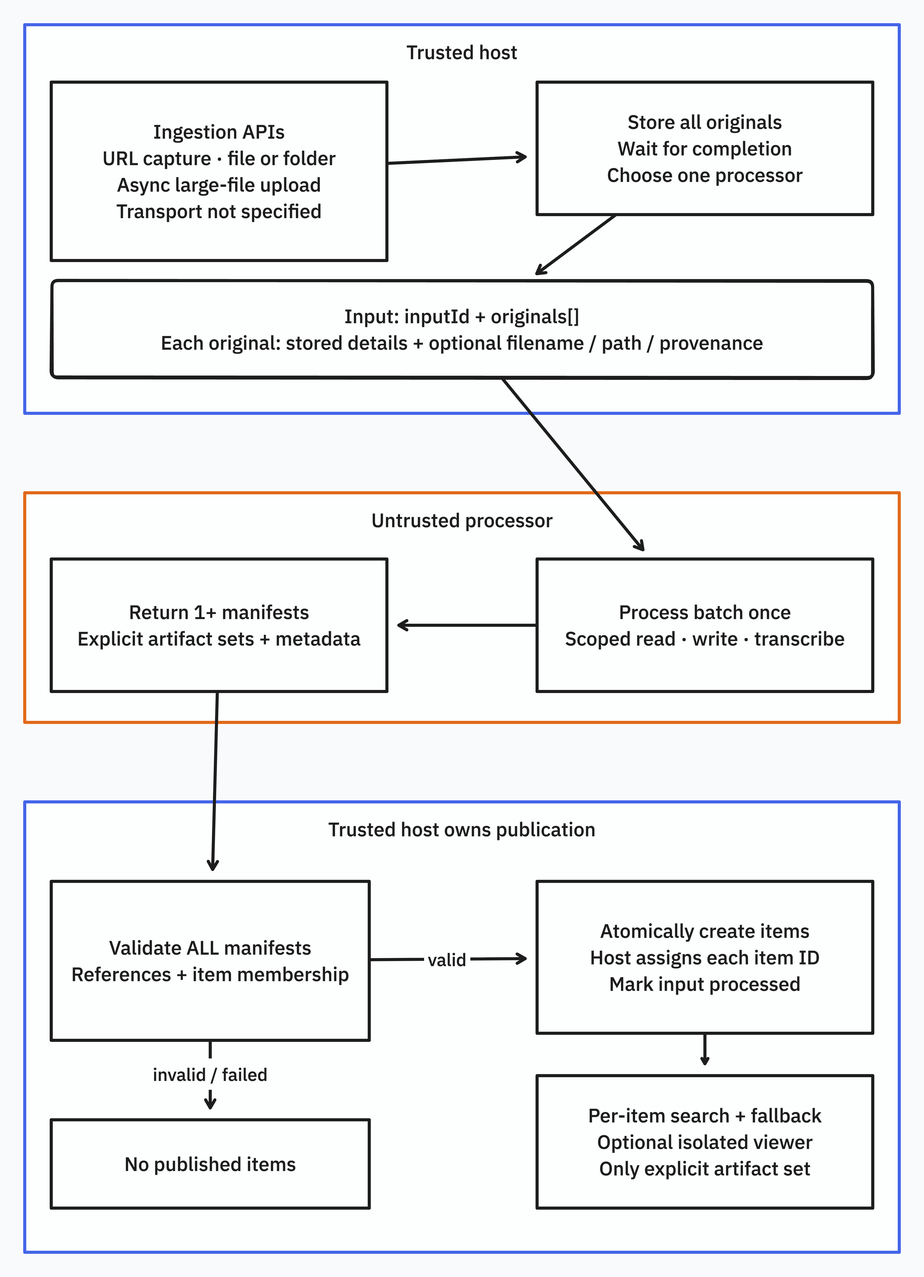
The Mermaid diagram docs/diagrams/core-flow.png in jmorrell/ubiquitous-carnival, before a commit. Its source is kept beside it as docs/diagrams/core-flow.mmd. The source it was exported from:
```mermaid
flowchart TB
  subgraph HOST[Trusted host]
    direction TB
    A[Ingestion APIs<br/>URL capture · file or folder<br/>Async large-file upload<br/>Transport not specified] --> B[Store all originals<br/>Wait for completion<br/>Choose one processor]
    B --> I[Input: inputId + originals array<br/>Each original: stored details<br/>+ optional filename / path / provenance]
  end
  subgraph PLUGIN[Untrusted processor]
    direction LR
    C[Process batch once<br/>Scoped read · write · transcribe] --> D[Return 1+ manifests<br/>Explicit artifact sets + metadata]
  end
  I --> C
  subgraph SAVE[Trusted host owns publication]
    direction LR
    E{Validate ALL manifests<br/>References + item membership} -->|valid| F[Atomically create items<br/>Host assigns each item ID<br/>Mark input processed]
    E -->|invalid / failed| X[No published items]
    F --> G[Per-item search + fallback<br/>Optional isolated viewer<br/>Only explicit artifact set]
  end
  D --> E
```
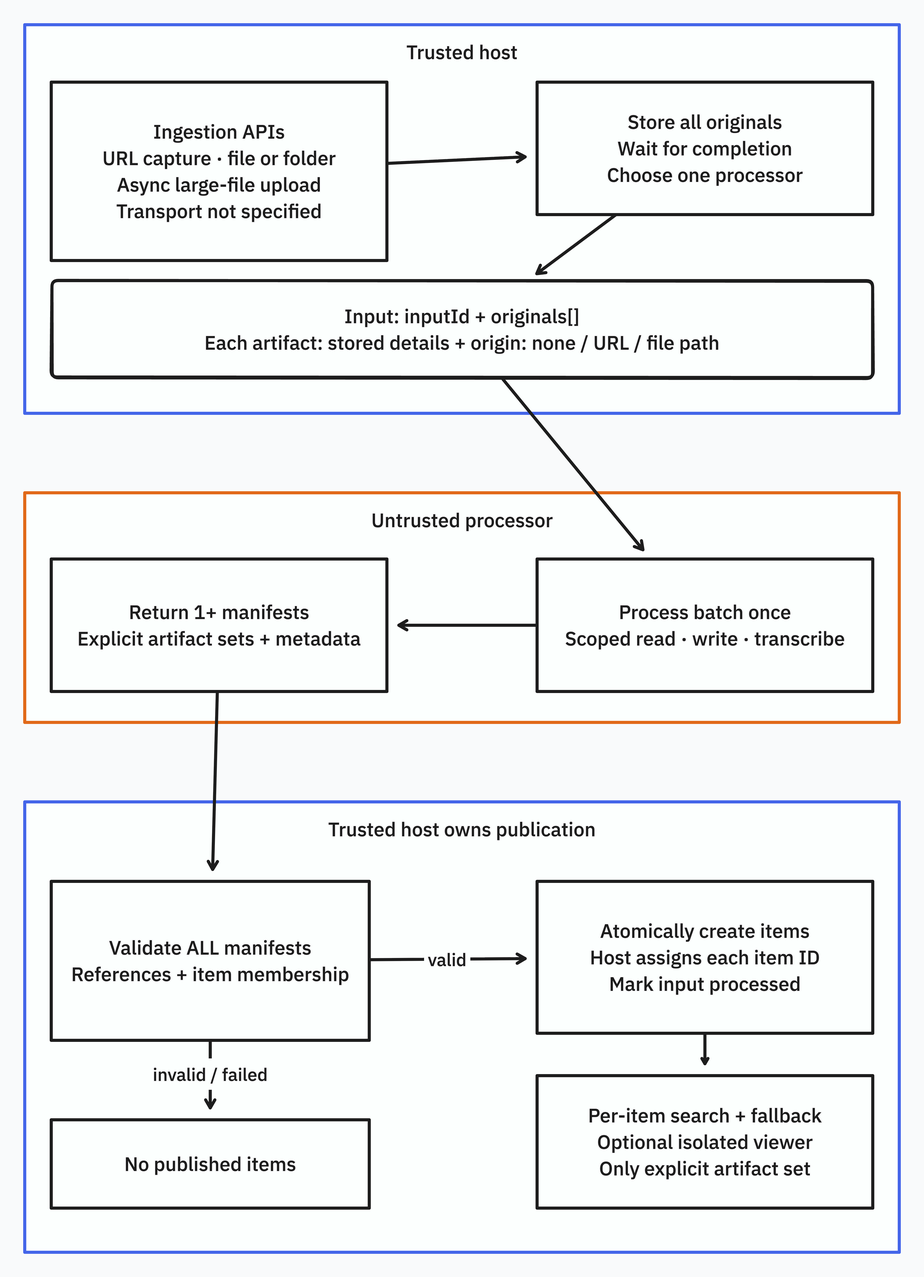
The same diagram one commit later.

Change to the diagram source:
```diff
@@ -2,7 +2,7 @@
   subgraph HOST[Trusted host]
     direction TB
     A[Ingestion APIs<br/>URL capture · file or folder<br/>Async large-file upload<br/>Transport not specified] --> B[Store all originals<br/>Wait for completion<br/>Choose one processor]
-    B --> I[Input: inputId + originals array<br/>Each original: stored details<br/>+ optional filename / path / provenance]
+    B --> I[Input: inputId + originals array<br/>Each artifact: stored details<br/>+ origin: none / URL / file path]
   end
   subgraph PLUGIN[Untrusted processor]
     direction LR
```
